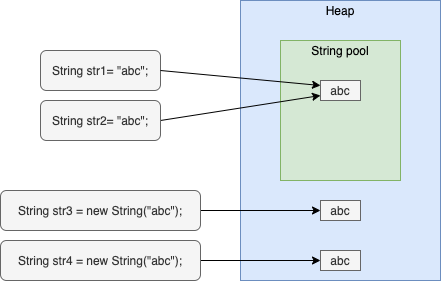
This is assets/images/string_pool.png from huypva/string-pool-example, a draw.io export, as it was before one commit. Source tidied: cells renumbered, new cells last; positions are measured from the earlier drawing's top-left corner, leaving out a move shared by most shapes. Source of this version:
```xml
<mxGraphModel>
  <root>
    <mxCell id="0" />
    <mxCell id="1" parent="0" />
    <mxCell id="2" style="rounded=0;whiteSpace=wrap;html=1;fillColor=#dae8fc;strokeColor=#6c8ebf;" parent="1" vertex="1">
      <mxGeometry x="240" width="200" height="280" as="geometry" />
    </mxCell>
    <mxCell id="3" value="String str1= &quot;abc&quot;;" style="rounded=1;whiteSpace=wrap;html=1;fillColor=#f5f5f5;strokeColor=#666666;fontColor=#333333;" parent="1" vertex="1">
      <mxGeometry x="40" y="50" width="120" height="40" as="geometry" />
    </mxCell>
    <mxCell id="4" style="rounded=0;whiteSpace=wrap;html=1;fillColor=#d5e8d4;strokeColor=#82b366;" parent="1" vertex="1">
      <mxGeometry x="280" y="40" width="120" height="140" as="geometry" />
    </mxCell>
    <mxCell id="5" style="edgeStyle=none;rounded=0;jettySize=auto;html=1;exitX=1;exitY=0.5;exitDx=0;exitDy=0;entryX=0;entryY=0.75;entryDx=0;entryDy=0;" parent="1" edge="1" source="6" target="7">
      <mxGeometry relative="1" as="geometry" />
    </mxCell>
    <mxCell id="6" value="String str2= &quot;abc&quot;;" style="rounded=1;whiteSpace=wrap;html=1;fillColor=#f5f5f5;strokeColor=#666666;fontColor=#333333;" parent="1" vertex="1">
      <mxGeometry x="40" y="100" width="120" height="40" as="geometry" />
    </mxCell>
    <mxCell id="7" value="abc" style="rounded=0;whiteSpace=wrap;html=1;fillColor=#f5f5f5;strokeColor=#666666;fontColor=#333333;" parent="1" vertex="1">
      <mxGeometry x="320" y="80" width="40" height="20" as="geometry" />
    </mxCell>
    <mxCell id="8" style="rounded=0;jettySize=auto;html=1;exitX=1;exitY=0.5;exitDx=0;exitDy=0;entryX=0;entryY=0.25;entryDx=0;entryDy=0;" parent="1" edge="1" source="3" target="7">
      <mxGeometry relative="1" as="geometry" />
    </mxCell>
    <mxCell id="9" value="String pool" style="text;html=1;strokeColor=none;fillColor=none;align=center;verticalAlign=middle;whiteSpace=wrap;rounded=0;" parent="1" vertex="1">
      <mxGeometry x="310" y="40" width="60" height="20" as="geometry" />
    </mxCell>
    <mxCell id="10" value="Heap" style="text;html=1;strokeColor=none;fillColor=none;align=center;verticalAlign=middle;whiteSpace=wrap;rounded=0;" parent="1" vertex="1">
      <mxGeometry x="320" width="40" height="20" as="geometry" />
    </mxCell>
    <mxCell id="11" style="edgeStyle=none;rounded=0;jettySize=auto;html=1;exitX=1;exitY=0.5;exitDx=0;exitDy=0;" parent="1" edge="1" source="12" target="13">
      <mxGeometry relative="1" as="geometry" />
    </mxCell>
    <mxCell id="12" value="String str3 = new String(&quot;abc&quot;);" style="rounded=1;whiteSpace=wrap;html=1;fillColor=#f5f5f5;strokeColor=#666666;fontColor=#333333;" parent="1" vertex="1">
      <mxGeometry y="190" width="200" height="40" as="geometry" />
    </mxCell>
    <mxCell id="13" value="abc" style="rounded=0;whiteSpace=wrap;html=1;fillColor=#f5f5f5;strokeColor=#666666;fontColor=#333333;" parent="1" vertex="1">
      <mxGeometry x="320" y="200" width="40" height="20" as="geometry" />
    </mxCell>
    <mxCell id="14" style="edgeStyle=none;rounded=0;jettySize=auto;html=1;exitX=1;exitY=0.5;exitDx=0;exitDy=0;entryX=0;entryY=0.5;entryDx=0;entryDy=0;" parent="1" edge="1" source="15" target="16">
      <mxGeometry relative="1" as="geometry" />
    </mxCell>
    <mxCell id="15" value="String str4 = new String(&quot;abc&quot;);" style="rounded=1;whiteSpace=wrap;html=1;fillColor=#f5f5f5;strokeColor=#666666;fontColor=#333333;" parent="1" vertex="1">
      <mxGeometry y="240" width="200" height="40" as="geometry" />
    </mxCell>
    <mxCell id="16" value="abc" style="rounded=0;whiteSpace=wrap;html=1;fillColor=#f5f5f5;strokeColor=#666666;fontColor=#333333;" parent="1" vertex="1">
      <mxGeometry x="320" y="250" width="40" height="20" as="geometry" />
    </mxCell>
  </root>
</mxGraphModel>
```
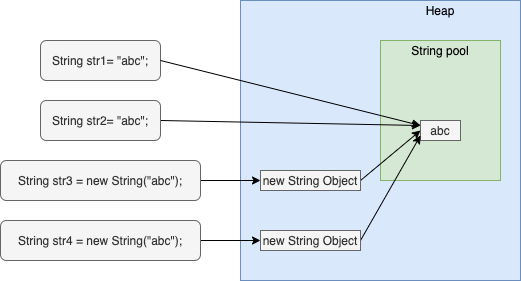
After the change.

Change to the diagram source:
```diff
@@ -3,49 +3,55 @@
     <mxCell id="0" />
     <mxCell id="1" parent="0" />
     <mxCell id="2" style="rounded=0;whiteSpace=wrap;html=1;fillColor=#dae8fc;strokeColor=#6c8ebf;" parent="1" vertex="1">
-      <mxGeometry x="240" width="200" height="280" as="geometry" />
+      <mxGeometry x="240" width="280" height="280" as="geometry" />
     </mxCell>
     <mxCell id="3" value="String str1= &quot;abc&quot;;" style="rounded=1;whiteSpace=wrap;html=1;fillColor=#f5f5f5;strokeColor=#666666;fontColor=#333333;" parent="1" vertex="1">
-      <mxGeometry x="40" y="50" width="120" height="40" as="geometry" />
+      <mxGeometry x="40" y="40" width="120" height="40" as="geometry" />
     </mxCell>
     <mxCell id="4" style="rounded=0;whiteSpace=wrap;html=1;fillColor=#d5e8d4;strokeColor=#82b366;" parent="1" vertex="1">
-      <mxGeometry x="280" y="40" width="120" height="140" as="geometry" />
+      <mxGeometry x="380" y="40" width="120" height="140" as="geometry" />
     </mxCell>
-    <mxCell id="5" style="edgeStyle=none;rounded=0;jettySize=auto;html=1;exitX=1;exitY=0.5;exitDx=0;exitDy=0;entryX=0;entryY=0.75;entryDx=0;entryDy=0;" parent="1" edge="1" source="6" target="7">
+    <mxCell id="5" style="edgeStyle=none;rounded=0;jettySize=auto;html=1;exitX=1;exitY=0.5;exitDx=0;exitDy=0;entryX=0;entryY=0.25;entryDx=0;entryDy=0;" parent="1" edge="1" source="6" target="7">
       <mxGeometry relative="1" as="geometry" />
     </mxCell>
     <mxCell id="6" value="String str2= &quot;abc&quot;;" style="rounded=1;whiteSpace=wrap;html=1;fillColor=#f5f5f5;strokeColor=#666666;fontColor=#333333;" parent="1" vertex="1">
       <mxGeometry x="40" y="100" width="120" height="40" as="geometry" />
     </mxCell>
     <mxCell id="7" value="abc" style="rounded=0;whiteSpace=wrap;html=1;fillColor=#f5f5f5;strokeColor=#666666;fontColor=#333333;" parent="1" vertex="1">
-      <mxGeometry x="320" y="80" width="40" height="20" as="geometry" />
+      <mxGeometry x="420" y="120" width="40" height="20" as="geometry" />
     </mxCell>
     <mxCell id="8" style="rounded=0;jettySize=auto;html=1;exitX=1;exitY=0.5;exitDx=0;exitDy=0;entryX=0;entryY=0.25;entryDx=0;entryDy=0;" parent="1" edge="1" source="3" target="7">
       <mxGeometry relative="1" as="geometry" />
     </mxCell>
     <mxCell id="9" value="String pool" style="text;html=1;strokeColor=none;fillColor=none;align=center;verticalAlign=middle;whiteSpace=wrap;rounded=0;" parent="1" vertex="1">
-      <mxGeometry x="310" y="40" width="60" height="20" as="geometry" />
+      <mxGeometry x="410" y="40" width="60" height="20" as="geometry" />
     </mxCell>
     <mxCell id="10" value="Heap" style="text;html=1;strokeColor=none;fillColor=none;align=center;verticalAlign=middle;whiteSpace=wrap;rounded=0;" parent="1" vertex="1">
-      <mxGeometry x="320" width="40" height="20" as="geometry" />
+      <mxGeometry x="420" width="40" height="20" as="geometry" />
     </mxCell>
     <mxCell id="11" style="edgeStyle=none;rounded=0;jettySize=auto;html=1;exitX=1;exitY=0.5;exitDx=0;exitDy=0;" parent="1" edge="1" source="12" target="13">
       <mxGeometry relative="1" as="geometry" />
     </mxCell>
     <mxCell id="12" value="String str3 = new String(&quot;abc&quot;);" style="rounded=1;whiteSpace=wrap;html=1;fillColor=#f5f5f5;strokeColor=#666666;fontColor=#333333;" parent="1" vertex="1">
-      <mxGeometry y="190" width="200" height="40" as="geometry" />
+      <mxGeometry y="160" width="200" height="40" as="geometry" />
     </mxCell>
+    <mxCell id="17" style="rounded=0;jettySize=auto;html=1;exitX=1;exitY=0.5;exitDx=0;exitDy=0;entryX=0;entryY=0.5;entryDx=0;entryDy=0;" parent="1" edge="1" source="13" target="7">
+      <mxGeometry relative="1" as="geometry" />
+    </mxCell>
-    <mxCell id="13" value="abc" style="rounded=0;whiteSpace=wrap;html=1;fillColor=#f5f5f5;strokeColor=#666666;fontColor=#333333;" parent="1" vertex="1">
-      <mxGeometry x="320" y="200" width="40" height="20" as="geometry" />
+    <mxCell id="13" value="new String Object" style="rounded=0;whiteSpace=wrap;html=1;fillColor=#f5f5f5;strokeColor=#666666;fontColor=#333333;" parent="1" vertex="1">
+      <mxGeometry x="260" y="170" width="100" height="20" as="geometry" />
     </mxCell>
     <mxCell id="14" style="edgeStyle=none;rounded=0;jettySize=auto;html=1;exitX=1;exitY=0.5;exitDx=0;exitDy=0;entryX=0;entryY=0.5;entryDx=0;entryDy=0;" parent="1" edge="1" source="15" target="16">
       <mxGeometry relative="1" as="geometry" />
     </mxCell>
     <mxCell id="15" value="String str4 = new String(&quot;abc&quot;);" style="rounded=1;whiteSpace=wrap;html=1;fillColor=#f5f5f5;strokeColor=#666666;fontColor=#333333;" parent="1" vertex="1">
-      <mxGeometry y="240" width="200" height="40" as="geometry" />
+      <mxGeometry y="220" width="200" height="40" as="geometry" />
     </mxCell>
+    <mxCell id="18" style="edgeStyle=none;rounded=0;jettySize=auto;html=1;exitX=1;exitY=0.5;exitDx=0;exitDy=0;entryX=0;entryY=0.75;entryDx=0;entryDy=0;" parent="1" edge="1" source="16" target="7">
+      <mxGeometry relative="1" as="geometry" />
+    </mxCell>
-    <mxCell id="16" value="abc" style="rounded=0;whiteSpace=wrap;html=1;fillColor=#f5f5f5;strokeColor=#666666;fontColor=#333333;" parent="1" vertex="1">
-      <mxGeometry x="320" y="250" width="40" height="20" as="geometry" />
+    <mxCell id="16" value="new String Object" style="rounded=0;whiteSpace=wrap;html=1;fillColor=#f5f5f5;strokeColor=#666666;fontColor=#333333;" parent="1" vertex="1">
+      <mxGeometry x="260" y="230" width="100" height="20" as="geometry" />
     </mxCell>
   </root>
 </mxGraphModel>
```
